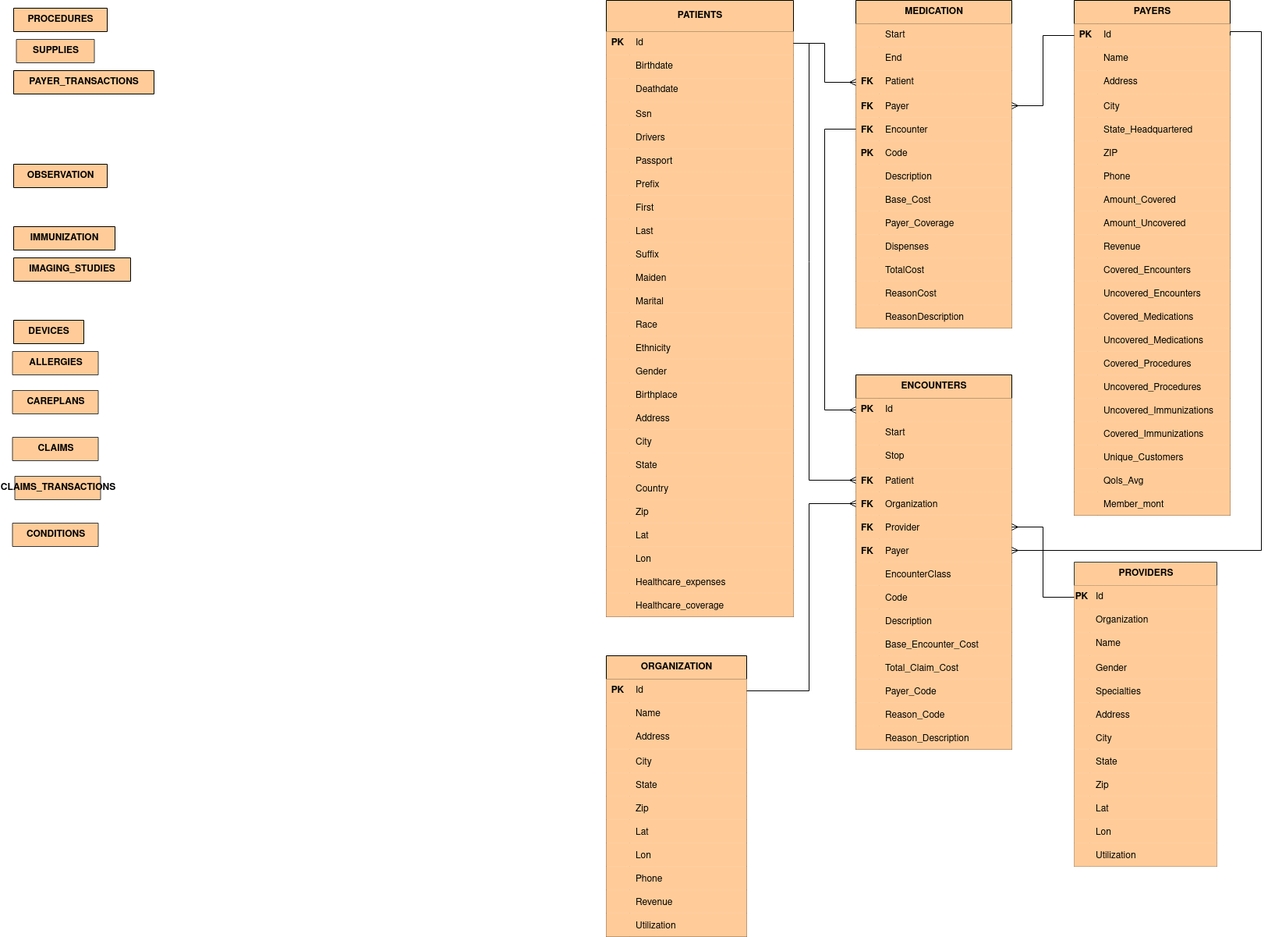
Above: BigDataProject.drawio.png in UtsuroNoArashi/BigDataProject (draw.io), before the change. Source tidied: cells renumbered, new cells last; positions are measured from the earlier drawing's top-left corner, leaving out a move shared by most shapes.
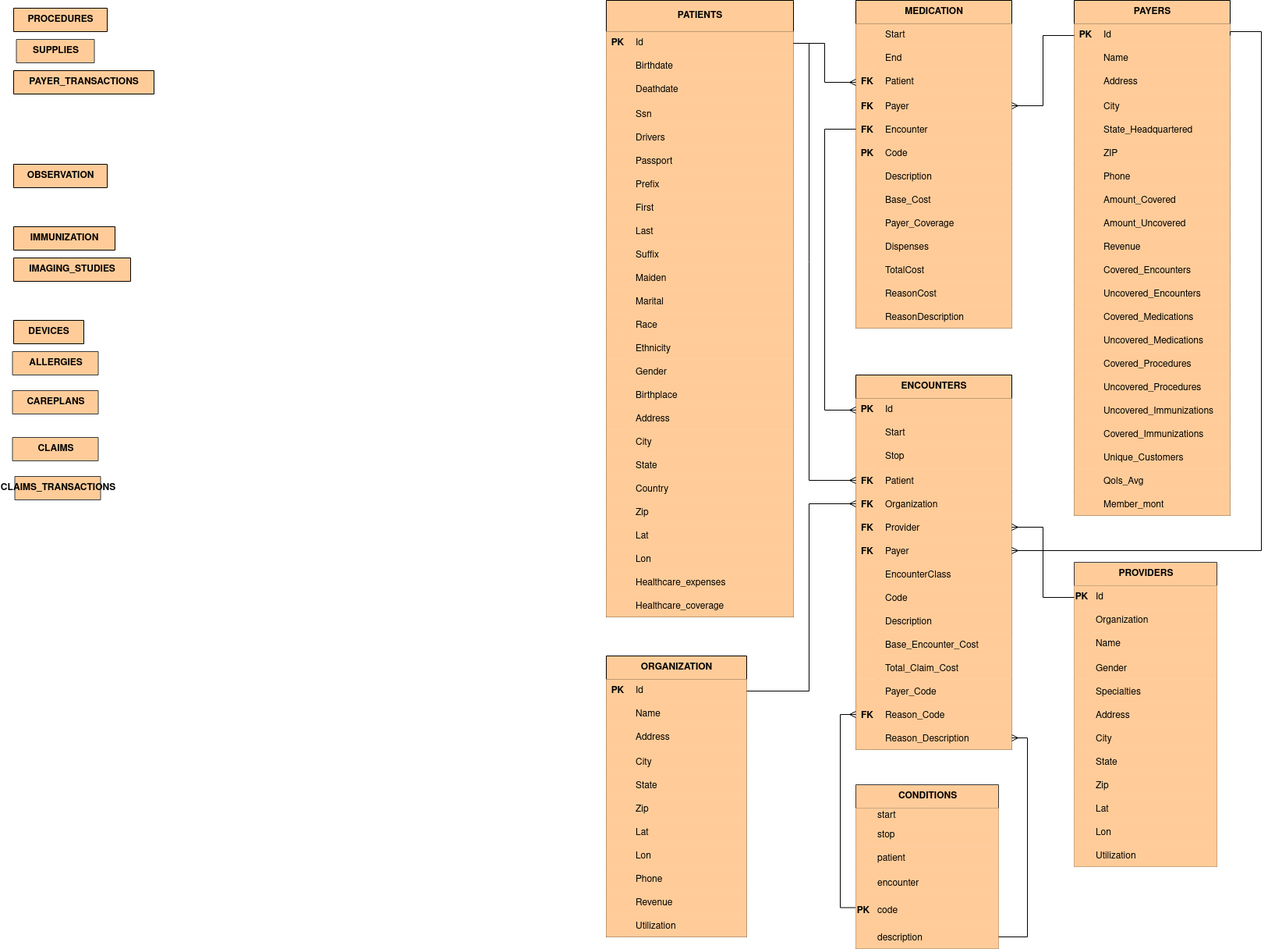
After the commit.

The edit, as a diff of the source:
```diff
@@ -782,9 +782,6 @@
     <mxCell id="261" value="IMMUNIZATION" style="shape=table;startSize=30;rowLines=0;fontStyle=1;align=center;html=1;fontColor=light-dark(#000000,#000000);fillColor=light-dark(#FFCC99,#B98351);" parent="1" vertex="1" collapsed="1">
       <mxGeometry x="2" y="290" width="130" height="30" as="geometry" />
     </mxCell>
-    <mxCell id="262" value="CONDITIONS" style="shape=table;startSize=30;rowLines=0;fontStyle=1;align=center;html=1;fillColor=light-dark(#FFCC99,#B98351);strokeColor=light-dark(#36393D,#DDE2E4);fontColor=light-dark(#000000,#000000);" parent="1" vertex="1" collapsed="1">
-      <mxGeometry x="0.5" y="670" width="110" height="30" as="geometry" />
-    </mxCell>
     <mxCell id="263" value="&lt;div&gt;IMAGING_STUDIES&lt;/div&gt;" style="shape=table;startSize=30;rowLines=0;fontStyle=1;align=center;html=1;fillColor=light-dark(#FFCC99,#B98351);fontColor=light-dark(#000000,#000000);" parent="1" vertex="1" collapsed="1">
       <mxGeometry x="2" y="330" width="150" height="30" as="geometry" />
     </mxCell>
@@ -911,7 +908,7 @@
     <mxCell id="304" style="shape=tableRow;horizontal=0;startSize=0;swimlaneHead=0;swimlaneBody=0;fillColor=light-dark(#FFCC99,#B98351);points=[[0,0.5],[1,0.5]];portConstraint=eastwest;top=0;left=0;right=0;bottom=0;fontColor=light-dark(#000000,#000000);" parent="264" vertex="1">
       <mxGeometry y="420" width="200" height="30" as="geometry" />
     </mxCell>
-    <mxCell id="305" style="shape=partialRectangle;fillColor=light-dark(#FFCC99,#B98351);top=0;left=0;bottom=0;right=0;overflow=hidden;fontColor=light-dark(#000000,#000000);" parent="304" vertex="1">
+    <mxCell id="305" value="FK" style="shape=partialRectangle;fillColor=light-dark(#FFCC99,#B98351);top=0;left=0;bottom=0;right=0;overflow=hidden;fontColor=light-dark(#000000,#000000);fontStyle=1;" parent="304" vertex="1">
       <mxGeometry width="30" height="30" as="geometry" />
     </mxCell>
     <mxCell id="306" value="Reason_Code" style="shape=partialRectangle;fillColor=light-dark(#FFCC99,#B98351);top=0;left=0;bottom=0;right=0;align=left;spacingLeft=6;overflow=hidden;fontColor=light-dark(#000000,#000000);" parent="304" vertex="1">
@@ -971,5 +968,68 @@
     <mxCell id="317" style="edgeStyle=orthogonalEdgeStyle;rounded=0;jettySize=auto;html=1;exitX=0;exitY=0.5;exitDx=0;exitDy=0;endArrow=ERmany;endFill=0;" parent="1" edge="1" source="4" target="280">
       <mxGeometry relative="1" as="geometry" />
     </mxCell>
+    <mxCell id="318" style="edgeStyle=orthogonalEdgeStyle;rounded=0;jettySize=auto;html=1;exitX=0;exitY=0.75;exitDx=0;exitDy=0;endArrow=ERmany;endFill=0;" parent="1" edge="1" source="262" target="304">
+      <mxGeometry relative="1" as="geometry" />
+    </mxCell>
+    <mxCell id="262" value="CONDITIONS" style="shape=table;startSize=30;rowLines=0;fontStyle=1;align=center;html=1;fillColor=light-dark(#FFCC99,#B98351);strokeColor=light-dark(#36393D,#DDE2E4);fontColor=light-dark(#000000,#000000);" parent="1" vertex="1">
+      <mxGeometry x="1082" y="1005" width="183" height="210" as="geometry" />
+    </mxCell>
+    <mxCell id="319" style="shape=tableRow;horizontal=0;startSize=0;swimlaneHead=0;swimlaneBody=0;fillColor=light-dark(#FFCC99,#B98351);top=0;left=0;right=0;bottom=0;strokeColor=light-dark(#36393D,#DDE2E4);fontColor=light-dark(#000000,#000000);" parent="262" vertex="1">
+      <mxGeometry y="30" width="183" height="20" as="geometry" />
+    </mxCell>
+    <mxCell id="320" style="shape=partialRectangle;fillColor=light-dark(#FFCC99,#B98351);top=0;left=0;bottom=0;right=0;overflow=hidden;whiteSpace=wrap;html=1;strokeColor=light-dark(#36393D,#DDE2E4);fontColor=light-dark(#000000,#000000);" parent="319" vertex="1">
+      <mxGeometry width="20" height="20" as="geometry" />
+    </mxCell>
+    <mxCell id="321" value="start" style="shape=partialRectangle;fillColor=light-dark(#FFCC99,#B98351);top=0;left=0;bottom=0;right=0;align=left;spacingLeft=6;overflow=hidden;whiteSpace=wrap;html=1;strokeColor=default;fontColor=light-dark(#000000,#000000);" parent="319" vertex="1">
+      <mxGeometry x="20" width="163" height="20" as="geometry" />
+    </mxCell>
+    <mxCell id="322" style="shape=tableRow;horizontal=0;startSize=0;swimlaneHead=0;swimlaneBody=0;fillColor=light-dark(#FFCC99,#B98351);top=0;left=0;right=0;bottom=0;strokeColor=light-dark(#36393D,#DDE2E4);fontColor=light-dark(#000000,#000000);" parent="262" vertex="1">
+      <mxGeometry y="50" width="183" height="30" as="geometry" />
+    </mxCell>
+    <mxCell id="323" style="shape=partialRectangle;fillColor=light-dark(#FFCC99,#B98351);top=0;left=0;bottom=0;right=0;overflow=hidden;whiteSpace=wrap;html=1;strokeColor=light-dark(#36393D,#DDE2E4);fontColor=light-dark(#000000,#000000);" parent="322" vertex="1">
+      <mxGeometry width="20" height="30" as="geometry" />
+    </mxCell>
+    <mxCell id="324" value="stop" style="shape=partialRectangle;fillColor=light-dark(#FFCC99,#B98351);top=0;left=0;bottom=0;right=0;align=left;spacingLeft=6;overflow=hidden;whiteSpace=wrap;html=1;strokeColor=default;fontColor=light-dark(#000000,#000000);" parent="322" vertex="1">
+      <mxGeometry x="20" width="163" height="30" as="geometry" />
+    </mxCell>
+    <mxCell id="325" style="shape=tableRow;horizontal=0;startSize=0;swimlaneHead=0;swimlaneBody=0;fillColor=light-dark(#FFCC99,#B98351);top=0;left=0;right=0;bottom=0;strokeColor=light-dark(#36393D,#DDE2E4);fontColor=light-dark(#000000,#000000);" parent="262" vertex="1">
+      <mxGeometry y="80" width="183" height="30" as="geometry" />
+    </mxCell>
+    <mxCell id="326" style="shape=partialRectangle;fillColor=light-dark(#FFCC99,#B98351);top=0;left=0;bottom=0;right=0;overflow=hidden;whiteSpace=wrap;html=1;strokeColor=light-dark(#36393D,#DDE2E4);fontColor=light-dark(#000000,#000000);" parent="325" vertex="1">
+      <mxGeometry width="20" height="30" as="geometry" />
+    </mxCell>
+    <mxCell id="327" value="patient" style="shape=partialRectangle;fillColor=light-dark(#FFCC99,#B98351);top=0;left=0;bottom=0;right=0;align=left;spacingLeft=6;overflow=hidden;whiteSpace=wrap;html=1;strokeColor=default;fontColor=light-dark(#000000,#000000);" parent="325" vertex="1">
+      <mxGeometry x="20" width="163" height="30" as="geometry" />
+    </mxCell>
+    <mxCell id="328" style="shape=tableRow;horizontal=0;startSize=0;swimlaneHead=0;swimlaneBody=0;fillColor=light-dark(#FFCC99,#B98351);top=0;left=0;right=0;bottom=0;strokeColor=light-dark(#36393D,#DDE2E4);fontColor=light-dark(#000000,#000000);" parent="262" vertex="1">
+      <mxGeometry y="110" width="183" height="30" as="geometry" />
+    </mxCell>
+    <mxCell id="329" style="shape=partialRectangle;fillColor=light-dark(#FFCC99,#B98351);top=0;left=0;bottom=0;right=0;overflow=hidden;strokeColor=light-dark(#36393D,#DDE2E4);fontColor=light-dark(#000000,#000000);" parent="328" vertex="1">
+      <mxGeometry width="20" height="30" as="geometry" />
+    </mxCell>
+    <mxCell id="330" value="encounter" style="shape=partialRectangle;fillColor=light-dark(#FFCC99,#B98351);top=0;left=0;bottom=0;right=0;align=left;spacingLeft=6;overflow=hidden;strokeColor=default;fontColor=light-dark(#000000,#000000);" parent="328" vertex="1">
+      <mxGeometry x="20" width="163" height="30" as="geometry" />
+    </mxCell>
+    <mxCell id="331" style="shape=tableRow;horizontal=0;startSize=0;swimlaneHead=0;swimlaneBody=0;fillColor=light-dark(#FFCC99,#B98351);top=0;left=0;right=0;bottom=0;strokeColor=light-dark(#36393D,#DDE2E4);fontColor=light-dark(#000000,#000000);" parent="262" vertex="1">
+      <mxGeometry y="140" width="183" height="40" as="geometry" />
+    </mxCell>
+    <mxCell id="332" value="PK" style="shape=partialRectangle;fillColor=light-dark(#FFCC99,#B98351);top=0;left=0;bottom=0;right=0;overflow=hidden;strokeColor=light-dark(#36393D,#DDE2E4);fontColor=light-dark(#000000,#000000);fontStyle=1;" parent="331" vertex="1">
+      <mxGeometry width="20" height="40" as="geometry" />
+    </mxCell>
+    <mxCell id="333" value="code" style="shape=partialRectangle;fillColor=light-dark(#FFCC99,#B98351);top=0;left=0;bottom=0;right=0;align=left;spacingLeft=6;overflow=hidden;strokeColor=default;fontColor=light-dark(#000000,#000000);" parent="331" vertex="1">
+      <mxGeometry x="20" width="163" height="40" as="geometry" />
+    </mxCell>
+    <mxCell id="334" style="shape=tableRow;horizontal=0;startSize=0;swimlaneHead=0;swimlaneBody=0;fillColor=light-dark(#FFCC99,#B98351);points=[[0,0.5],[1,0.5]];portConstraint=eastwest;top=0;left=0;right=0;bottom=0;strokeColor=light-dark(#36393D,#DDE2E4);fontColor=light-dark(#000000,#000000);" parent="262" vertex="1">
+      <mxGeometry y="180" width="183" height="30" as="geometry" />
+    </mxCell>
+    <mxCell id="335" style="shape=partialRectangle;fillColor=light-dark(#FFCC99,#B98351);top=0;left=0;bottom=0;right=0;overflow=hidden;strokeColor=light-dark(#36393D,#DDE2E4);fontColor=light-dark(#000000,#000000);" parent="334" vertex="1">
+      <mxGeometry width="20" height="30" as="geometry" />
+    </mxCell>
+    <mxCell id="336" value="description" style="shape=partialRectangle;fillColor=light-dark(#FFCC99,#B98351);top=0;left=0;bottom=0;right=0;align=left;spacingLeft=6;overflow=hidden;strokeColor=default;fontColor=light-dark(#000000,#000000);" parent="334" vertex="1">
+      <mxGeometry x="20" width="163" height="30" as="geometry" />
+    </mxCell>
+    <mxCell id="337" style="edgeStyle=orthogonalEdgeStyle;rounded=0;jettySize=auto;html=1;exitX=1;exitY=0.5;exitDx=0;exitDy=0;entryX=1;entryY=0.5;entryDx=0;entryDy=0;endArrow=ERmany;endFill=0;" parent="1" edge="1" source="334" target="307">
+      <mxGeometry relative="1" as="geometry" />
+    </mxCell>
   </root>
 </mxGraphModel>
```
